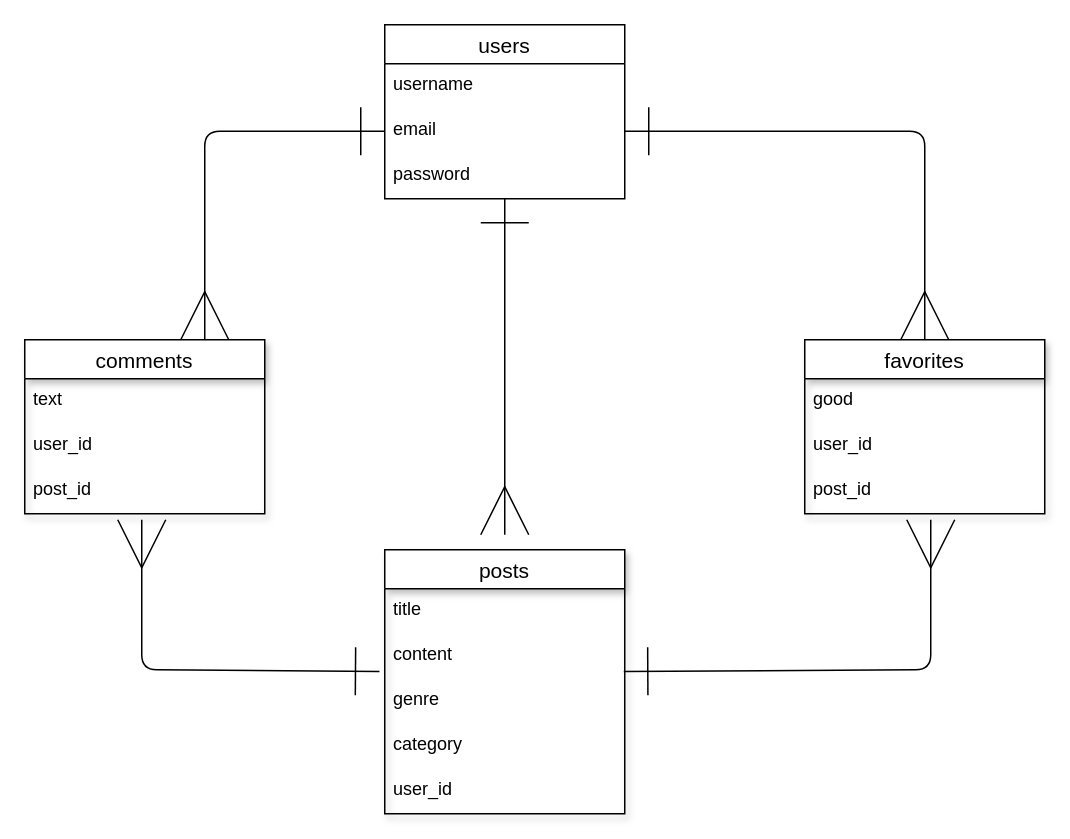
Earlier version of the draw.io diagram ER.dio (itsuto/soccer-app). Source tidied: cells renumbered, new cells numbered last; positions are measured from the earlier drawing's top-left corner, leaving out a move shared by most shapes. Both pictures are drawn from the tidied source at 150%, with x=0, y=0 at pixel (24, 24).
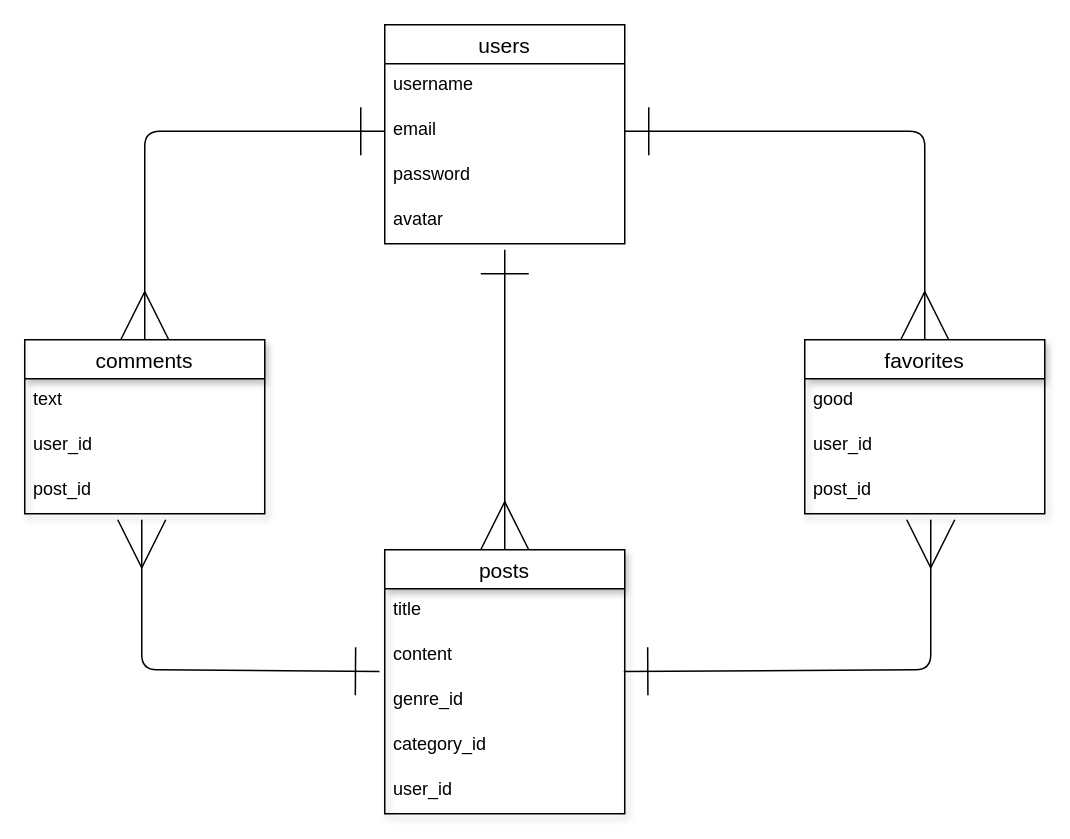
Above is the later version.

Commit message (it also covers changes not shown here):
ER図・画面遷移図

Unchanged cells that the change refers to:
```xml
<mxCell id="4" value="email" style="text;strokeColor=none;fillColor=none;spacingLeft=4;spacingRight=4;overflow=hidden;points=[[0,0.5],[1,0.5]];portConstraint=eastwest;fontSize=12;" parent="2" vertex="1">
  <mxGeometry y="56" width="160" height="30" as="geometry" />
</mxCell>
<mxCell id="5" value="password" style="text;strokeColor=none;fillColor=none;spacingLeft=4;spacingRight=4;overflow=hidden;points=[[0,0.5],[1,0.5]];portConstraint=eastwest;fontSize=12;shadow=1;" parent="2" vertex="1">
  <mxGeometry y="86" width="160" height="30" as="geometry" />
</mxCell>
<mxCell id="10" value="posts" style="swimlane;fontStyle=0;horizontal=1;startSize=26;align=center;fontSize=14;shadow=1;" parent="1" vertex="1">
  <mxGeometry x="240" y="350" width="160" height="176" as="geometry" />
</mxCell>
<mxCell id="17" value="comments" style="swimlane;fontStyle=0;horizontal=1;startSize=26;align=center;fontSize=14;shadow=1;" parent="1" vertex="1">
  <mxGeometry y="210" width="160" height="116" as="geometry" />
</mxCell>
```

What changed in the source:
```diff
@@
     <mxCell id="2" value="users" style="swimlane;fontStyle=0;horizontal=1;startSize=26;align=center;fontSize=14;" parent="1" vertex="1">
-      <mxGeometry x="240" width="160" height="116" as="geometry" />
+      <mxGeometry x="240" width="160" height="146" as="geometry" />
     </mxCell>
@@
+    <mxCell id="25" value="avatar" style="text;strokeColor=none;fillColor=none;spacingLeft=4;spacingRight=4;overflow=hidden;fontSize=12;shadow=1;" parent="2" vertex="1">
+      <mxGeometry y="116" width="160" height="30" as="geometry" />
+    </mxCell>
@@
-    <mxCell id="13" value="genre" style="text;strokeColor=none;fillColor=none;spacingLeft=4;spacingRight=4;overflow=hidden;points=[[0,0.5],[1,0.5]];portConstraint=eastwest;fontSize=12;shadow=1;" parent="10" vertex="1">
+    <mxCell id="13" value="genre_id" style="text;strokeColor=none;fillColor=none;spacingLeft=4;spacingRight=4;overflow=hidden;points=[[0,0.5],[1,0.5]];portConstraint=eastwest;fontSize=12;shadow=1;" parent="10" vertex="1">
       <mxGeometry y="86" width="160" height="30" as="geometry" />
     </mxCell>
-    <mxCell id="14" value="category" style="text;strokeColor=none;fillColor=none;spacingLeft=4;spacingRight=4;overflow=hidden;fontSize=12;shadow=1;" parent="10" vertex="1">
+    <mxCell id="14" value="category_id" style="text;strokeColor=none;fillColor=none;spacingLeft=4;spacingRight=4;overflow=hidden;fontSize=12;shadow=1;" parent="10" vertex="1">
       <mxGeometry y="116" width="160" height="30" as="geometry" />
     </mxCell>
@@
-    <mxCell id="16" style="edgeStyle=none;html=1;exitX=0;exitY=0.5;exitDx=0;exitDy=0;entryX=0.75;entryY=0;entryDx=0;entryDy=0;endArrow=ERmany;endFill=0;startArrow=ERone;startFill=0;endSize=30;startSize=30;" parent="1" edge="1" source="4" target="17">
+    <mxCell id="16" style="edgeStyle=none;html=1;exitX=0;exitY=0.5;exitDx=0;exitDy=0;entryX=0.5;entryY=0;entryDx=0;entryDy=0;endArrow=ERmany;endFill=0;startArrow=ERone;startFill=0;endSize=30;startSize=30;" parent="1" edge="1" source="4" target="17">
       <mxGeometry relative="1" as="geometry">
         <Array as="points">
-          <mxPoint x="120" y="71" />
+          <mxPoint x="80" y="71" />
         </Array>
       </mxGeometry>
     </mxCell>
@@
-    <mxCell id="24" style="edgeStyle=none;html=1;startArrow=ERone;startFill=0;endArrow=ERmany;endFill=0;startSize=30;endSize=30;" parent="1" edge="1" source="5">
+    <mxCell id="24" style="edgeStyle=none;html=1;startArrow=ERone;startFill=0;endArrow=ERmany;endFill=0;startSize=30;endSize=30;entryX=0.5;entryY=0;entryDx=0;entryDy=0;" parent="1" edge="1" target="10">
       <mxGeometry relative="1" as="geometry">
-        <mxPoint x="320" y="340" as="targetPoint" />
+        <mxPoint x="320" y="150" as="sourcePoint" />
       </mxGeometry>
     </mxCell>
```
